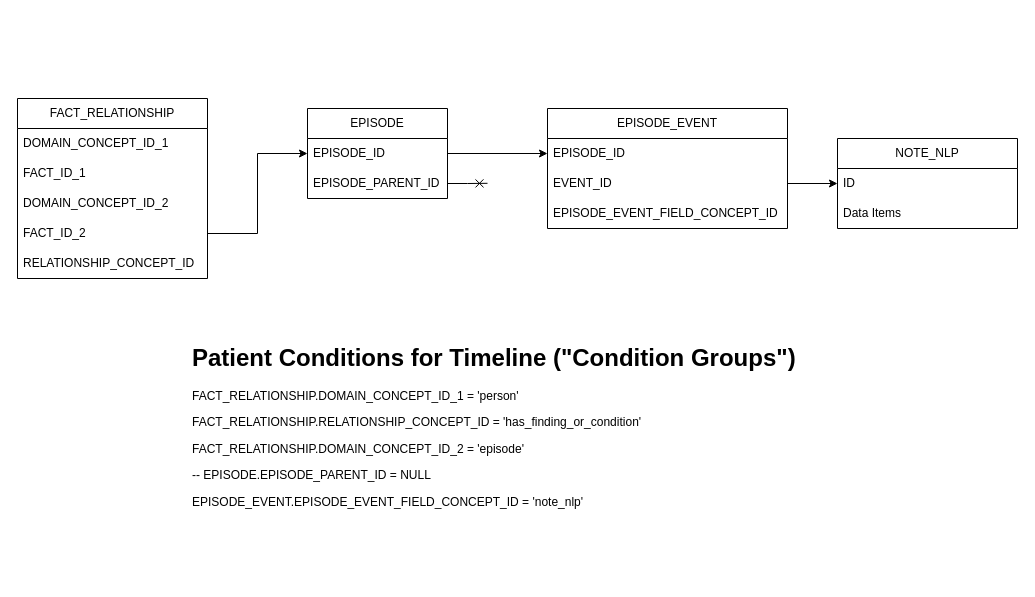
ntimkovich/UAB-II-Diagrams keeps this draw.io diagram as page "Condition Groups NLP" (2 of 8) of R21 PSKB Usage of OMOP tables.drawio. Above is the earlier version. Source tidied: cells renumbered, new cells numbered last; positions are measured from the earlier drawing's top-left corner, leaving out a move shared by most shapes. Both pictures are drawn from the tidied source at 100%, with x=0, y=0 at pixel (17, 98).
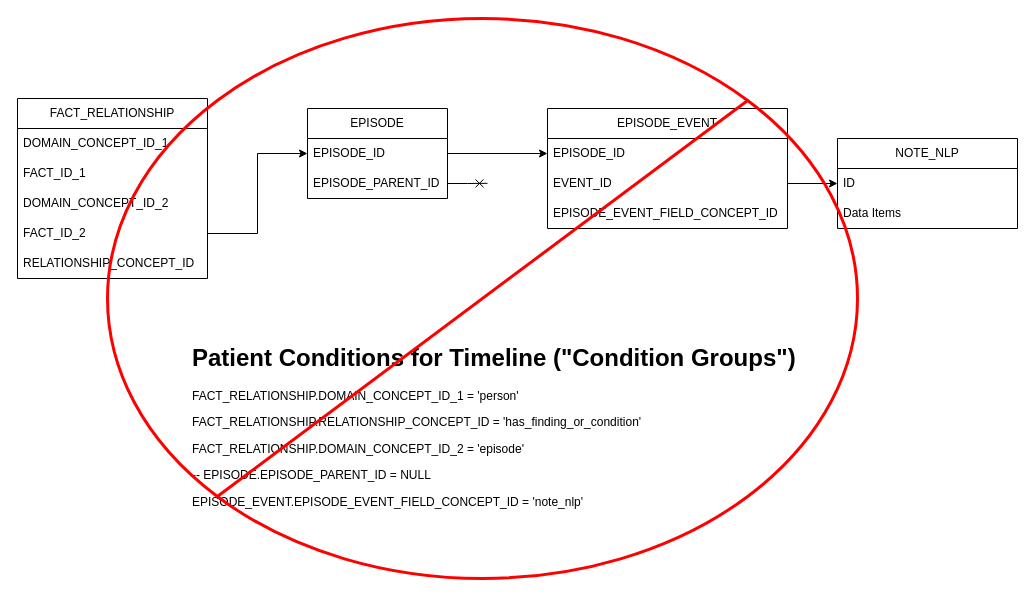
After the change.

The edit, as a diff of the source:
```diff
@@
+    <mxCell id="23" style="ellipse;whiteSpace=wrap;html=1;fillColor=none;strokeColor=#FF0000;strokeWidth=3;" parent="1" vertex="1">
+      <mxGeometry x="90" y="-80" width="750" height="560" as="geometry" />
+    </mxCell>
+    <mxCell id="24" style="endArrow=none;html=1;rounded=0;entryX=1;entryY=0;entryDx=0;entryDy=0;exitX=0;exitY=1;exitDx=0;exitDy=0;strokeColor=#FF0000;strokeWidth=3;" parent="1" edge="1" source="23" target="23">
+      <mxGeometry relative="1" as="geometry" />
+    </mxCell>
```
